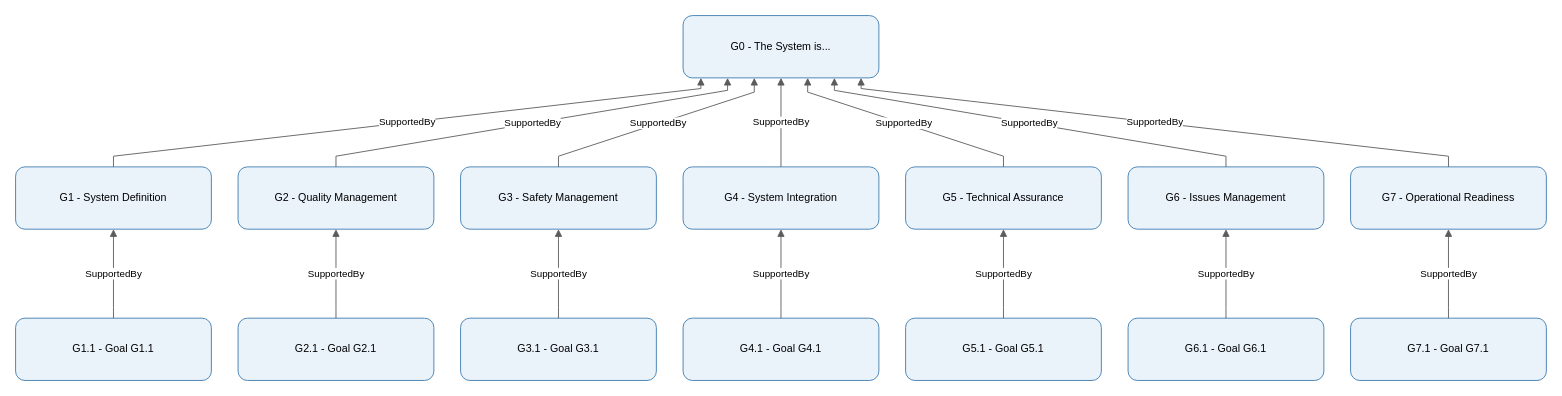
The draw.io diagram dev/2026-02-18 network_diagram.drawio in davidwilliamriley/tracer-dash, before the edit. Source tidied: cells renumbered, new cells numbered last; positions are measured from the earlier drawing's top-left corner, leaving out a move shared by most shapes. Both pictures are drawn from the tidied source at 89%, with x=0, y=0 at pixel (15, 15).
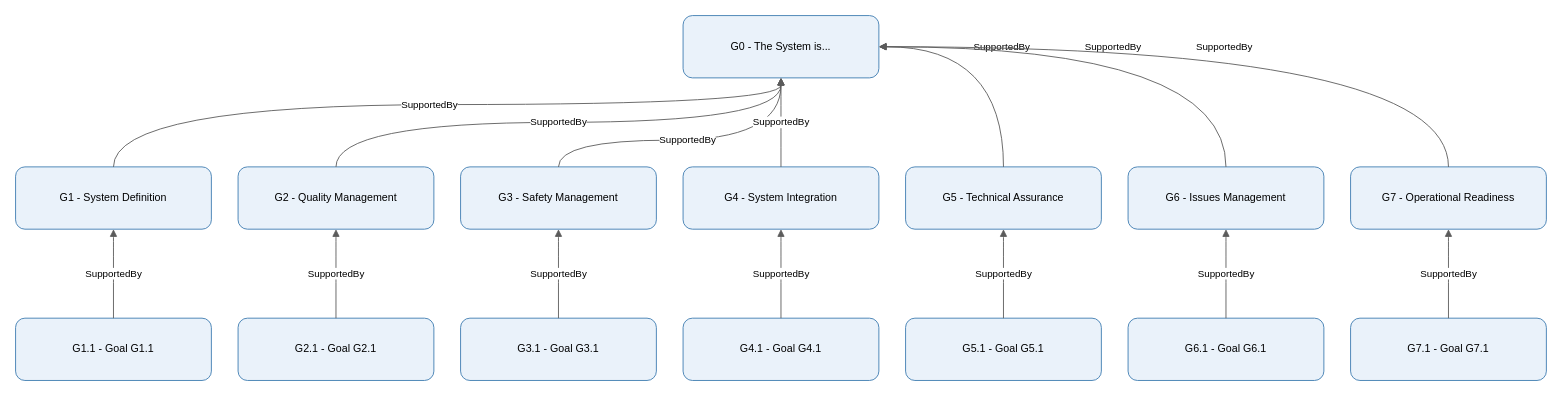
After the change.

The change refers to these unchanged cells:
```xml
<mxCell id="2" value="G0 - The System is..." style="rounded=1;whiteSpace=wrap;html=1;strokeColor=#3E7CB1;fillColor=#EAF2FA;fontSize=12;" parent="1" vertex="1">
  <mxGeometry x="750" width="220" height="70" as="geometry" />
</mxCell>
<mxCell id="3" value="G1 - System Definition" style="rounded=1;whiteSpace=wrap;html=1;strokeColor=#3E7CB1;fillColor=#EAF2FA;fontSize=12;" parent="1" vertex="1">
  <mxGeometry y="170" width="220" height="70" as="geometry" />
</mxCell>
<mxCell id="4" value="G2 - Quality Management" style="rounded=1;whiteSpace=wrap;html=1;strokeColor=#3E7CB1;fillColor=#EAF2FA;fontSize=12;" parent="1" vertex="1">
  <mxGeometry x="250" y="170" width="220" height="70" as="geometry" />
</mxCell>
<mxCell id="5" value="G3 - Safety Management" style="rounded=1;whiteSpace=wrap;html=1;strokeColor=#3E7CB1;fillColor=#EAF2FA;fontSize=12;" parent="1" vertex="1">
  <mxGeometry x="500" y="170" width="220" height="70" as="geometry" />
</mxCell>
<mxCell id="6" value="G4 - System Integration" style="rounded=1;whiteSpace=wrap;html=1;strokeColor=#3E7CB1;fillColor=#EAF2FA;fontSize=12;" parent="1" vertex="1">
  <mxGeometry x="750" y="170" width="220" height="70" as="geometry" />
</mxCell>
<mxCell id="7" value="G5 - Technical Assurance" style="rounded=1;whiteSpace=wrap;html=1;strokeColor=#3E7CB1;fillColor=#EAF2FA;fontSize=12;" parent="1" vertex="1">
  <mxGeometry x="1000" y="170" width="220" height="70" as="geometry" />
</mxCell>
<mxCell id="8" value="G6 - Issues Management" style="rounded=1;whiteSpace=wrap;html=1;strokeColor=#3E7CB1;fillColor=#EAF2FA;fontSize=12;" parent="1" vertex="1">
  <mxGeometry x="1250" y="170" width="220" height="70" as="geometry" />
</mxCell>
<mxCell id="9" value="G7 - Operational Readiness" style="rounded=1;whiteSpace=wrap;html=1;strokeColor=#3E7CB1;fillColor=#EAF2FA;fontSize=12;" parent="1" vertex="1">
  <mxGeometry x="1500" y="170" width="220" height="70" as="geometry" />
</mxCell>
<mxCell id="10" value="G1.1 - Goal G1.1" style="rounded=1;whiteSpace=wrap;html=1;strokeColor=#3E7CB1;fillColor=#EAF2FA;fontSize=12;" parent="1" vertex="1">
  <mxGeometry y="340" width="220" height="70" as="geometry" />
</mxCell>
<mxCell id="11" value="G2.1 - Goal G2.1" style="rounded=1;whiteSpace=wrap;html=1;strokeColor=#3E7CB1;fillColor=#EAF2FA;fontSize=12;" parent="1" vertex="1">
  <mxGeometry x="250" y="340" width="220" height="70" as="geometry" />
</mxCell>
<mxCell id="12" value="G3.1 - Goal G3.1" style="rounded=1;whiteSpace=wrap;html=1;strokeColor=#3E7CB1;fillColor=#EAF2FA;fontSize=12;" parent="1" vertex="1">
  <mxGeometry x="500" y="340" width="220" height="70" as="geometry" />
</mxCell>
<mxCell id="13" value="G4.1 - Goal G4.1" style="rounded=1;whiteSpace=wrap;html=1;strokeColor=#3E7CB1;fillColor=#EAF2FA;fontSize=12;" parent="1" vertex="1">
  <mxGeometry x="750" y="340" width="220" height="70" as="geometry" />
</mxCell>
<mxCell id="14" value="G5.1 - Goal G5.1" style="rounded=1;whiteSpace=wrap;html=1;strokeColor=#3E7CB1;fillColor=#EAF2FA;fontSize=12;" parent="1" vertex="1">
  <mxGeometry x="1000" y="340" width="220" height="70" as="geometry" />
</mxCell>
<mxCell id="15" value="G6.1 - Goal G6.1" style="rounded=1;whiteSpace=wrap;html=1;strokeColor=#3E7CB1;fillColor=#EAF2FA;fontSize=12;" parent="1" vertex="1">
  <mxGeometry x="1250" y="340" width="220" height="70" as="geometry" />
</mxCell>
<mxCell id="16" value="G7.1 - Goal G7.1" style="rounded=1;whiteSpace=wrap;html=1;strokeColor=#3E7CB1;fillColor=#EAF2FA;fontSize=12;" parent="1" vertex="1">
  <mxGeometry x="1500" y="340" width="220" height="70" as="geometry" />
</mxCell>
```

Change to the diagram source:
```diff
@@
-    <mxCell id="17" value="SupportedBy" style="edgeStyle=orthogonalEdgeStyle;rounded=0;jettySize=auto;html=1;strokeColor=#5B5B5B;fontSize=11;noEdgeStyle=1;orthogonal=1;endArrow=none;endFill=0;startArrow=block;startFill=1;" parent="1" edge="1" source="2" target="3">
+    <mxCell id="17" value="SupportedBy" style="edgeStyle=orthogonalEdgeStyle;rounded=0;jettySize=auto;html=1;strokeColor=#5B5B5B;fontSize=11;orthogonal=1;endArrow=none;endFill=0;startArrow=block;startFill=1;curved=1;exitX=0.5;exitY=1;exitDx=0;exitDy=0;" parent="1" edge="1" source="2" target="3">
       <mxGeometry relative="1" as="geometry">
         <Array as="points">
-          <mxPoint x="770" y="82" />
-          <mxPoint x="110" y="158" />
+          <mxPoint x="860" y="100" />
+          <mxPoint x="110" y="100" />
         </Array>
       </mxGeometry>
     </mxCell>
-    <mxCell id="18" value="SupportedBy" style="edgeStyle=orthogonalEdgeStyle;rounded=0;jettySize=auto;html=1;strokeColor=#5B5B5B;fontSize=11;noEdgeStyle=1;orthogonal=1;endArrow=none;endFill=0;startArrow=block;startFill=1;" parent="1" edge="1" source="2" target="4">
-      <mxGeometry relative="1" as="geometry">
-        <Array as="points">
-          <mxPoint x="800" y="84" />
-          <mxPoint x="360" y="158" />
-        </Array>
-      </mxGeometry>
+    <mxCell id="18" value="SupportedBy" style="edgeStyle=orthogonalEdgeStyle;rounded=0;jettySize=auto;html=1;strokeColor=#5B5B5B;fontSize=11;orthogonal=1;endArrow=none;endFill=0;startArrow=block;startFill=1;curved=1;exitX=0.5;exitY=1;exitDx=0;exitDy=0;" parent="1" edge="1" source="2" target="4">
+      <mxGeometry relative="1" as="geometry" />
     </mxCell>
-    <mxCell id="19" value="SupportedBy" style="edgeStyle=orthogonalEdgeStyle;rounded=0;jettySize=auto;html=1;strokeColor=#5B5B5B;fontSize=11;noEdgeStyle=1;orthogonal=1;endArrow=none;endFill=0;startArrow=block;startFill=1;" parent="1" edge="1" source="2" target="5">
+    <mxCell id="19" value="SupportedBy" style="edgeStyle=orthogonalEdgeStyle;rounded=0;jettySize=auto;html=1;strokeColor=#5B5B5B;fontSize=11;orthogonal=1;endArrow=none;endFill=0;startArrow=block;startFill=1;curved=1;exitX=0.5;exitY=1;exitDx=0;exitDy=0;" parent="1" edge="1" source="2" target="5">
       <mxGeometry relative="1" as="geometry">
         <Array as="points">
-          <mxPoint x="830" y="86" />
-          <mxPoint x="610" y="158" />
+          <mxPoint x="860" y="140" />
+          <mxPoint x="610" y="140" />
         </Array>
       </mxGeometry>
     </mxCell>
-    <mxCell id="20" value="SupportedBy" style="edgeStyle=orthogonalEdgeStyle;rounded=0;jettySize=auto;html=1;strokeColor=#5B5B5B;fontSize=11;noEdgeStyle=1;orthogonal=1;endArrow=none;endFill=0;startArrow=block;startFill=1;" parent="1" edge="1" source="2" target="6">
-      <mxGeometry relative="1" as="geometry">
-        <Array as="points">
-          <mxPoint x="860" y="88" />
-          <mxPoint x="860" y="158" />
-        </Array>
-      </mxGeometry>
+    <mxCell id="20" value="SupportedBy" style="edgeStyle=orthogonalEdgeStyle;rounded=0;jettySize=auto;html=1;strokeColor=#5B5B5B;fontSize=11;orthogonal=1;endArrow=none;endFill=0;startArrow=block;startFill=1;curved=1;" parent="1" edge="1" source="2" target="6">
+      <mxGeometry relative="1" as="geometry" />
     </mxCell>
-    <mxCell id="21" value="SupportedBy" style="edgeStyle=orthogonalEdgeStyle;rounded=0;jettySize=auto;html=1;strokeColor=#5B5B5B;fontSize=11;noEdgeStyle=1;orthogonal=1;endArrow=none;endFill=0;startArrow=block;startFill=1;" parent="1" edge="1" source="2" target="7">
-      <mxGeometry relative="1" as="geometry">
-        <Array as="points">
-          <mxPoint x="890" y="86" />
-          <mxPoint x="1110" y="158" />
-        </Array>
-      </mxGeometry>
+    <mxCell id="21" value="SupportedBy" style="edgeStyle=orthogonalEdgeStyle;rounded=0;jettySize=auto;html=1;strokeColor=#5B5B5B;fontSize=11;orthogonal=1;endArrow=none;endFill=0;startArrow=block;startFill=1;curved=1;" parent="1" edge="1" source="2" target="7">
+      <mxGeometry relative="1" as="geometry" />
     </mxCell>
-    <mxCell id="22" value="SupportedBy" style="edgeStyle=orthogonalEdgeStyle;rounded=0;jettySize=auto;html=1;strokeColor=#5B5B5B;fontSize=11;noEdgeStyle=1;orthogonal=1;endArrow=none;endFill=0;startArrow=block;startFill=1;" parent="1" edge="1" source="2" target="8">
-      <mxGeometry relative="1" as="geometry">
-        <Array as="points">
-          <mxPoint x="920" y="84" />
-          <mxPoint x="1360" y="158" />
-        </Array>
-      </mxGeometry>
+    <mxCell id="22" value="SupportedBy" style="edgeStyle=orthogonalEdgeStyle;rounded=0;jettySize=auto;html=1;strokeColor=#5B5B5B;fontSize=11;orthogonal=1;endArrow=none;endFill=0;startArrow=block;startFill=1;curved=1;" parent="1" edge="1" source="2" target="8">
+      <mxGeometry relative="1" as="geometry" />
     </mxCell>
-    <mxCell id="23" value="SupportedBy" style="edgeStyle=orthogonalEdgeStyle;rounded=0;jettySize=auto;html=1;strokeColor=#5B5B5B;fontSize=11;noEdgeStyle=1;orthogonal=1;endArrow=none;endFill=0;startArrow=block;startFill=1;" parent="1" edge="1" source="2" target="9">
-      <mxGeometry relative="1" as="geometry">
-        <Array as="points">
-          <mxPoint x="950" y="82" />
-          <mxPoint x="1610" y="158" />
-        </Array>
-      </mxGeometry>
+    <mxCell id="23" value="SupportedBy" style="edgeStyle=orthogonalEdgeStyle;rounded=0;jettySize=auto;html=1;strokeColor=#5B5B5B;fontSize=11;orthogonal=1;endArrow=none;endFill=0;startArrow=block;startFill=1;curved=1;" parent="1" edge="1" source="2" target="9">
+      <mxGeometry relative="1" as="geometry" />
     </mxCell>
-    <mxCell id="24" value="SupportedBy" style="edgeStyle=orthogonalEdgeStyle;rounded=0;jettySize=auto;html=1;strokeColor=#5B5B5B;fontSize=11;noEdgeStyle=1;orthogonal=1;endArrow=none;endFill=0;startArrow=block;startFill=1;" parent="1" edge="1" source="3" target="10">
-      <mxGeometry relative="1" as="geometry">
-        <Array as="points">
-          <mxPoint x="110" y="252" />
-          <mxPoint x="110" y="328" />
-        </Array>
-      </mxGeometry>
+    <mxCell id="24" value="SupportedBy" style="edgeStyle=orthogonalEdgeStyle;rounded=0;jettySize=auto;html=1;strokeColor=#5B5B5B;fontSize=11;orthogonal=1;endArrow=none;endFill=0;startArrow=block;startFill=1;curved=1;" parent="1" edge="1" source="3" target="10">
+      <mxGeometry relative="1" as="geometry" />
     </mxCell>
-    <mxCell id="25" value="SupportedBy" style="edgeStyle=orthogonalEdgeStyle;rounded=0;jettySize=auto;html=1;strokeColor=#5B5B5B;fontSize=11;noEdgeStyle=1;orthogonal=1;endArrow=none;endFill=0;startArrow=block;startFill=1;" parent="1" edge="1" source="4" target="11">
-      <mxGeometry relative="1" as="geometry">
-        <Array as="points">
-          <mxPoint x="360" y="252" />
-          <mxPoint x="360" y="328" />
-        </Array>
-      </mxGeometry>
+    <mxCell id="25" value="SupportedBy" style="edgeStyle=orthogonalEdgeStyle;rounded=0;jettySize=auto;html=1;strokeColor=#5B5B5B;fontSize=11;orthogonal=1;endArrow=none;endFill=0;startArrow=block;startFill=1;curved=1;" parent="1" edge="1" source="4" target="11">
+      <mxGeometry relative="1" as="geometry" />
     </mxCell>
-    <mxCell id="26" value="SupportedBy" style="edgeStyle=orthogonalEdgeStyle;rounded=0;jettySize=auto;html=1;strokeColor=#5B5B5B;fontSize=11;noEdgeStyle=1;orthogonal=1;endArrow=none;endFill=0;startArrow=block;startFill=1;" parent="1" edge="1" source="5" target="12">
-      <mxGeometry relative="1" as="geometry">
-        <Array as="points">
-          <mxPoint x="610" y="252" />
-          <mxPoint x="610" y="328" />
-        </Array>
-      </mxGeometry>
+    <mxCell id="26" value="SupportedBy" style="edgeStyle=orthogonalEdgeStyle;rounded=0;jettySize=auto;html=1;strokeColor=#5B5B5B;fontSize=11;orthogonal=1;endArrow=none;endFill=0;startArrow=block;startFill=1;curved=1;" parent="1" edge="1" source="5" target="12">
+      <mxGeometry relative="1" as="geometry" />
     </mxCell>
-    <mxCell id="27" value="SupportedBy" style="edgeStyle=orthogonalEdgeStyle;rounded=0;jettySize=auto;html=1;strokeColor=#5B5B5B;fontSize=11;noEdgeStyle=1;orthogonal=1;endArrow=none;endFill=0;startArrow=block;startFill=1;" parent="1" edge="1" source="6" target="13">
-      <mxGeometry relative="1" as="geometry">
-        <Array as="points">
-          <mxPoint x="860" y="252" />
-          <mxPoint x="860" y="328" />
-        </Array>
-      </mxGeometry>
+    <mxCell id="27" value="SupportedBy" style="edgeStyle=orthogonalEdgeStyle;rounded=0;jettySize=auto;html=1;strokeColor=#5B5B5B;fontSize=11;orthogonal=1;endArrow=none;endFill=0;startArrow=block;startFill=1;curved=1;" parent="1" edge="1" source="6" target="13">
+      <mxGeometry relative="1" as="geometry" />
     </mxCell>
-    <mxCell id="28" value="SupportedBy" style="edgeStyle=orthogonalEdgeStyle;rounded=0;jettySize=auto;html=1;strokeColor=#5B5B5B;fontSize=11;noEdgeStyle=1;orthogonal=1;endArrow=none;endFill=0;startArrow=block;startFill=1;" parent="1" edge="1" source="7" target="14">
-      <mxGeometry relative="1" as="geometry">
-        <Array as="points">
-          <mxPoint x="1110" y="252" />
-          <mxPoint x="1110" y="328" />
-        </Array>
-      </mxGeometry>
+    <mxCell id="28" value="SupportedBy" style="edgeStyle=orthogonalEdgeStyle;rounded=0;jettySize=auto;html=1;strokeColor=#5B5B5B;fontSize=11;orthogonal=1;endArrow=none;endFill=0;startArrow=block;startFill=1;curved=1;" parent="1" edge="1" source="7" target="14">
+      <mxGeometry relative="1" as="geometry" />
     </mxCell>
-    <mxCell id="29" value="SupportedBy" style="edgeStyle=orthogonalEdgeStyle;rounded=0;jettySize=auto;html=1;strokeColor=#5B5B5B;fontSize=11;noEdgeStyle=1;orthogonal=1;endArrow=none;endFill=0;startArrow=block;startFill=1;" parent="1" edge="1" source="8" target="15">
-      <mxGeometry relative="1" as="geometry">
-        <Array as="points">
-          <mxPoint x="1360" y="252" />
-          <mxPoint x="1360" y="328" />
-        </Array>
-      </mxGeometry>
+    <mxCell id="29" value="SupportedBy" style="edgeStyle=orthogonalEdgeStyle;rounded=0;jettySize=auto;html=1;strokeColor=#5B5B5B;fontSize=11;orthogonal=1;endArrow=none;endFill=0;startArrow=block;startFill=1;curved=1;" parent="1" edge="1" source="8" target="15">
+      <mxGeometry relative="1" as="geometry" />
     </mxCell>
-    <mxCell id="30" value="SupportedBy" style="edgeStyle=orthogonalEdgeStyle;rounded=0;jettySize=auto;html=1;strokeColor=#5B5B5B;fontSize=11;noEdgeStyle=1;orthogonal=1;endArrow=none;endFill=0;startArrow=block;startFill=1;" parent="1" edge="1" source="9" target="16">
-      <mxGeometry relative="1" as="geometry">
-        <Array as="points">
-          <mxPoint x="1610" y="252" />
-          <mxPoint x="1610" y="328" />
-        </Array>
-      </mxGeometry>
+    <mxCell id="30" value="SupportedBy" style="edgeStyle=orthogonalEdgeStyle;rounded=0;jettySize=auto;html=1;strokeColor=#5B5B5B;fontSize=11;orthogonal=1;endArrow=none;endFill=0;startArrow=block;startFill=1;curved=1;" parent="1" edge="1" source="9" target="16">
+      <mxGeometry relative="1" as="geometry" />
     </mxCell>
```
